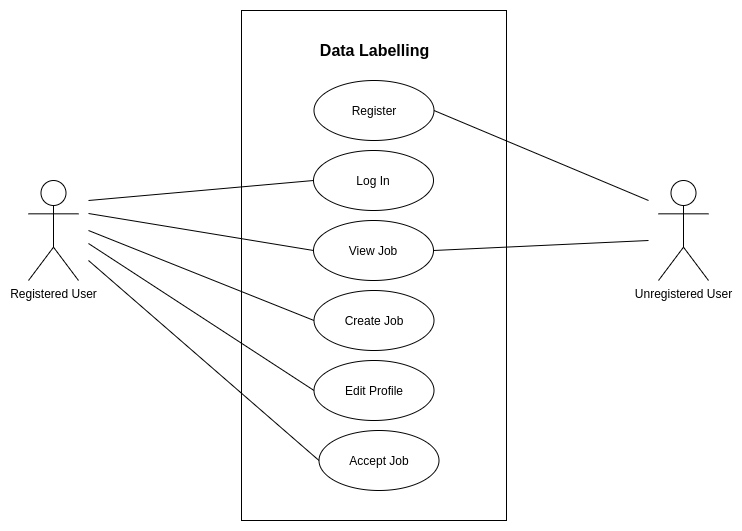
Above: diagrams/Use Case/use-case.png in faisal2754/Web-Data-Labelling (draw.io), before the change. Source tidied: cells renumbered, new cells last; positions are measured from the earlier drawing's top-left corner, leaving out a move shared by most shapes. The source it was exported from:
```xml
<mxGraphModel>
  <root>
    <mxCell id="0" />
    <mxCell id="1" parent="0" />
    <mxCell id="2" style="rounded=0;whiteSpace=wrap;html=1;" parent="1" vertex="1">
      <mxGeometry x="213" width="265" height="510" as="geometry" />
    </mxCell>
    <mxCell id="3" value="Data Labelling" style="text;html=1;align=center;verticalAlign=middle;strokeColor=none;fontStyle=1;fontSize=16;" parent="1" vertex="1">
      <mxGeometry x="280.5" y="30" width="130" height="20" as="geometry" />
    </mxCell>
    <mxCell id="4" value="Register" style="ellipse;whiteSpace=wrap;html=1;" parent="1" vertex="1">
      <mxGeometry x="285.5" y="70" width="120" height="60" as="geometry" />
    </mxCell>
    <mxCell id="5" value="Log In" style="ellipse;whiteSpace=wrap;html=1;" parent="1" vertex="1">
      <mxGeometry x="285" y="140" width="120" height="60" as="geometry" />
    </mxCell>
    <mxCell id="6" value="View Job" style="ellipse;whiteSpace=wrap;html=1;" parent="1" vertex="1">
      <mxGeometry x="285" y="210" width="120" height="60" as="geometry" />
    </mxCell>
    <mxCell id="7" style="rounded=0;jettySize=auto;html=1;fontSize=16;endArrow=none;endFill=0;entryX=0;entryY=0.5;entryDx=0;entryDy=0;" parent="1" edge="1" target="6">
      <mxGeometry relative="1" as="geometry">
        <mxPoint x="60" y="203" as="sourcePoint" />
      </mxGeometry>
    </mxCell>
    <mxCell id="8" value="Registered User" style="shape=umlActor;verticalLabelPosition=bottom;verticalAlign=top;html=1;" parent="1" vertex="1">
      <mxGeometry y="170" width="50" height="100" as="geometry" />
    </mxCell>
    <mxCell id="9" value="Unregistered User" style="shape=umlActor;verticalLabelPosition=bottom;verticalAlign=top;html=1;" parent="1" vertex="1">
      <mxGeometry x="630" y="170" width="50" height="100" as="geometry" />
    </mxCell>
    <mxCell id="10" value="Create Job" style="ellipse;whiteSpace=wrap;html=1;" parent="1" vertex="1">
      <mxGeometry x="285.5" y="280" width="120" height="60" as="geometry" />
    </mxCell>
    <mxCell id="11" value="Edit Profile" style="ellipse;whiteSpace=wrap;html=1;" parent="1" vertex="1">
      <mxGeometry x="285.5" y="350" width="120" height="60" as="geometry" />
    </mxCell>
    <mxCell id="12" style="rounded=0;jettySize=auto;html=1;fontSize=16;endArrow=none;endFill=0;entryX=0;entryY=0.5;entryDx=0;entryDy=0;" parent="1" edge="1" target="5">
      <mxGeometry relative="1" as="geometry">
        <mxPoint x="60" y="190" as="sourcePoint" />
      </mxGeometry>
    </mxCell>
    <mxCell id="13" style="rounded=0;jettySize=auto;html=1;fontSize=16;endArrow=none;endFill=0;entryX=0;entryY=0.5;entryDx=0;entryDy=0;" parent="1" edge="1" target="10">
      <mxGeometry relative="1" as="geometry">
        <mxPoint x="60" y="220" as="sourcePoint" />
      </mxGeometry>
    </mxCell>
    <mxCell id="14" style="rounded=0;jettySize=auto;html=1;fontSize=16;endArrow=none;endFill=0;entryX=0;entryY=0.5;entryDx=0;entryDy=0;" parent="1" edge="1" target="11">
      <mxGeometry relative="1" as="geometry">
        <mxPoint x="60" y="233" as="sourcePoint" />
      </mxGeometry>
    </mxCell>
    <mxCell id="15" style="rounded=0;jettySize=auto;html=1;fontSize=16;endArrow=none;endFill=0;exitX=1;exitY=0.5;exitDx=0;exitDy=0;" parent="1" edge="1" source="4">
      <mxGeometry relative="1" as="geometry">
        <mxPoint x="620" y="190" as="targetPoint" />
      </mxGeometry>
    </mxCell>
    <mxCell id="16" style="rounded=0;jettySize=auto;html=1;fontSize=16;endArrow=none;endFill=0;exitX=1;exitY=0.5;exitDx=0;exitDy=0;" parent="1" edge="1" source="6">
      <mxGeometry relative="1" as="geometry">
        <mxPoint x="620" y="230" as="targetPoint" />
      </mxGeometry>
    </mxCell>
    <mxCell id="17" value="Accept Job" style="ellipse;whiteSpace=wrap;html=1;" parent="1" vertex="1">
      <mxGeometry x="290.5" y="420" width="120" height="60" as="geometry" />
    </mxCell>
    <mxCell id="18" style="rounded=0;jettySize=auto;html=1;fontSize=16;endArrow=none;endFill=0;entryX=0;entryY=0.5;entryDx=0;entryDy=0;" parent="1" edge="1" target="17">
      <mxGeometry relative="1" as="geometry">
        <mxPoint x="60" y="250" as="sourcePoint" />
      </mxGeometry>
    </mxCell>
  </root>
</mxGraphModel>
```
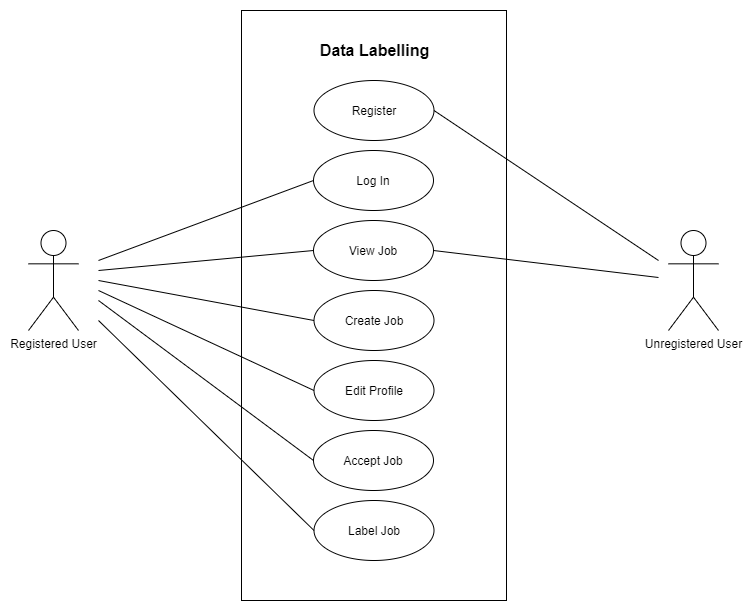
After the change.

Commit message:
Added diagrams for sprint

Diff of the diagram source:
```diff
@@ -3,7 +3,7 @@
     <mxCell id="0" />
     <mxCell id="1" parent="0" />
     <mxCell id="2" style="rounded=0;whiteSpace=wrap;html=1;" parent="1" vertex="1">
-      <mxGeometry x="213" width="265" height="510" as="geometry" />
+      <mxGeometry x="213" width="265" height="590" as="geometry" />
     </mxCell>
     <mxCell id="3" value="Data Labelling" style="text;html=1;align=center;verticalAlign=middle;strokeColor=none;fontStyle=1;fontSize=16;" parent="1" vertex="1">
       <mxGeometry x="280.5" y="30" width="130" height="20" as="geometry" />
@@ -19,14 +19,14 @@
     </mxCell>
     <mxCell id="7" style="rounded=0;jettySize=auto;html=1;fontSize=16;endArrow=none;endFill=0;entryX=0;entryY=0.5;entryDx=0;entryDy=0;" parent="1" edge="1" target="6">
       <mxGeometry relative="1" as="geometry">
-        <mxPoint x="60" y="203" as="sourcePoint" />
+        <mxPoint x="70" y="260" as="sourcePoint" />
       </mxGeometry>
     </mxCell>
     <mxCell id="8" value="Registered User" style="shape=umlActor;verticalLabelPosition=bottom;verticalAlign=top;html=1;" parent="1" vertex="1">
-      <mxGeometry y="170" width="50" height="100" as="geometry" />
+      <mxGeometry y="220" width="50" height="100" as="geometry" />
     </mxCell>
     <mxCell id="9" value="Unregistered User" style="shape=umlActor;verticalLabelPosition=bottom;verticalAlign=top;html=1;" parent="1" vertex="1">
-      <mxGeometry x="630" y="170" width="50" height="100" as="geometry" />
+      <mxGeometry x="640" y="220" width="50" height="100" as="geometry" />
     </mxCell>
     <mxCell id="10" value="Create Job" style="ellipse;whiteSpace=wrap;html=1;" parent="1" vertex="1">
       <mxGeometry x="285.5" y="280" width="120" height="60" as="geometry" />
@@ -36,36 +36,44 @@
     </mxCell>
     <mxCell id="12" style="rounded=0;jettySize=auto;html=1;fontSize=16;endArrow=none;endFill=0;entryX=0;entryY=0.5;entryDx=0;entryDy=0;" parent="1" edge="1" target="5">
       <mxGeometry relative="1" as="geometry">
-        <mxPoint x="60" y="190" as="sourcePoint" />
+        <mxPoint x="70" y="250" as="sourcePoint" />
       </mxGeometry>
     </mxCell>
     <mxCell id="13" style="rounded=0;jettySize=auto;html=1;fontSize=16;endArrow=none;endFill=0;entryX=0;entryY=0.5;entryDx=0;entryDy=0;" parent="1" edge="1" target="10">
       <mxGeometry relative="1" as="geometry">
-        <mxPoint x="60" y="220" as="sourcePoint" />
+        <mxPoint x="70" y="270" as="sourcePoint" />
       </mxGeometry>
     </mxCell>
     <mxCell id="14" style="rounded=0;jettySize=auto;html=1;fontSize=16;endArrow=none;endFill=0;entryX=0;entryY=0.5;entryDx=0;entryDy=0;" parent="1" edge="1" target="11">
       <mxGeometry relative="1" as="geometry">
-        <mxPoint x="60" y="233" as="sourcePoint" />
+        <mxPoint x="70" y="280" as="sourcePoint" />
       </mxGeometry>
     </mxCell>
     <mxCell id="15" style="rounded=0;jettySize=auto;html=1;fontSize=16;endArrow=none;endFill=0;exitX=1;exitY=0.5;exitDx=0;exitDy=0;" parent="1" edge="1" source="4">
       <mxGeometry relative="1" as="geometry">
-        <mxPoint x="620" y="190" as="targetPoint" />
+        <mxPoint x="630" y="250" as="targetPoint" />
       </mxGeometry>
     </mxCell>
     <mxCell id="16" style="rounded=0;jettySize=auto;html=1;fontSize=16;endArrow=none;endFill=0;exitX=1;exitY=0.5;exitDx=0;exitDy=0;" parent="1" edge="1" source="6">
       <mxGeometry relative="1" as="geometry">
-        <mxPoint x="620" y="230" as="targetPoint" />
+        <mxPoint x="630" y="267" as="targetPoint" />
       </mxGeometry>
     </mxCell>
     <mxCell id="17" value="Accept Job" style="ellipse;whiteSpace=wrap;html=1;" parent="1" vertex="1">
-      <mxGeometry x="290.5" y="420" width="120" height="60" as="geometry" />
+      <mxGeometry x="285" y="420" width="120" height="60" as="geometry" />
     </mxCell>
     <mxCell id="18" style="rounded=0;jettySize=auto;html=1;fontSize=16;endArrow=none;endFill=0;entryX=0;entryY=0.5;entryDx=0;entryDy=0;" parent="1" edge="1" target="17">
       <mxGeometry relative="1" as="geometry">
-        <mxPoint x="60" y="250" as="sourcePoint" />
+        <mxPoint x="70" y="290" as="sourcePoint" />
       </mxGeometry>
     </mxCell>
+    <mxCell id="19" value="Label Job" style="ellipse;whiteSpace=wrap;html=1;" parent="1" vertex="1">
+      <mxGeometry x="285.5" y="490" width="120" height="60" as="geometry" />
+    </mxCell>
+    <mxCell id="20" style="rounded=0;jettySize=auto;html=1;fontSize=16;endArrow=none;endFill=0;entryX=0;entryY=0.5;entryDx=0;entryDy=0;" parent="1" edge="1" target="19">
+      <mxGeometry relative="1" as="geometry">
+        <mxPoint x="70" y="310" as="sourcePoint" />
+      </mxGeometry>
+    </mxCell>
   </root>
 </mxGraphModel>
```
